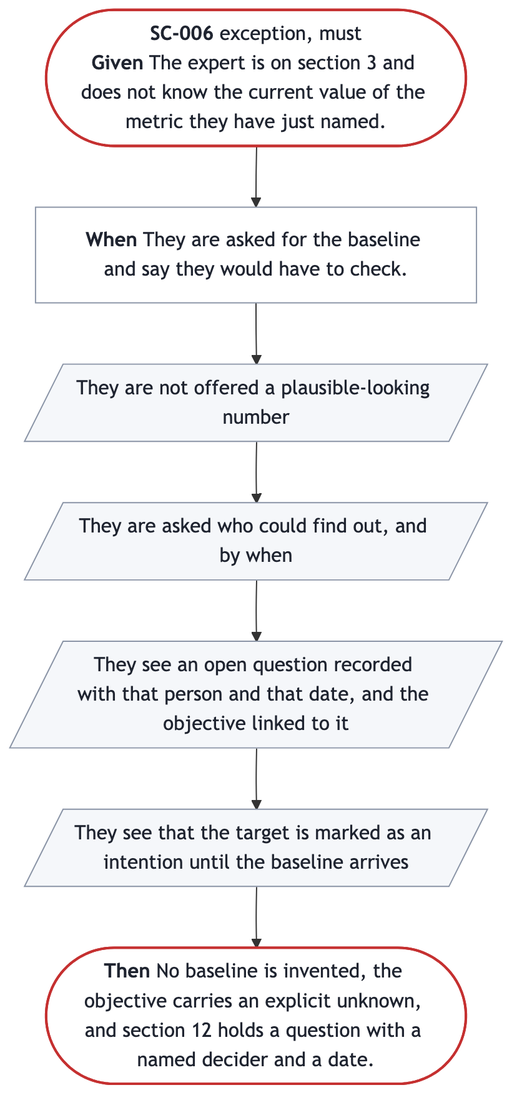
The Mermaid diagram docs/prd/prd-forge/diagrams/SC-006.png in SpillwaveSolutions/prd-forge, before a commit. Its source is kept beside it as docs/prd/prd-forge/diagrams/SC-006.mmd.
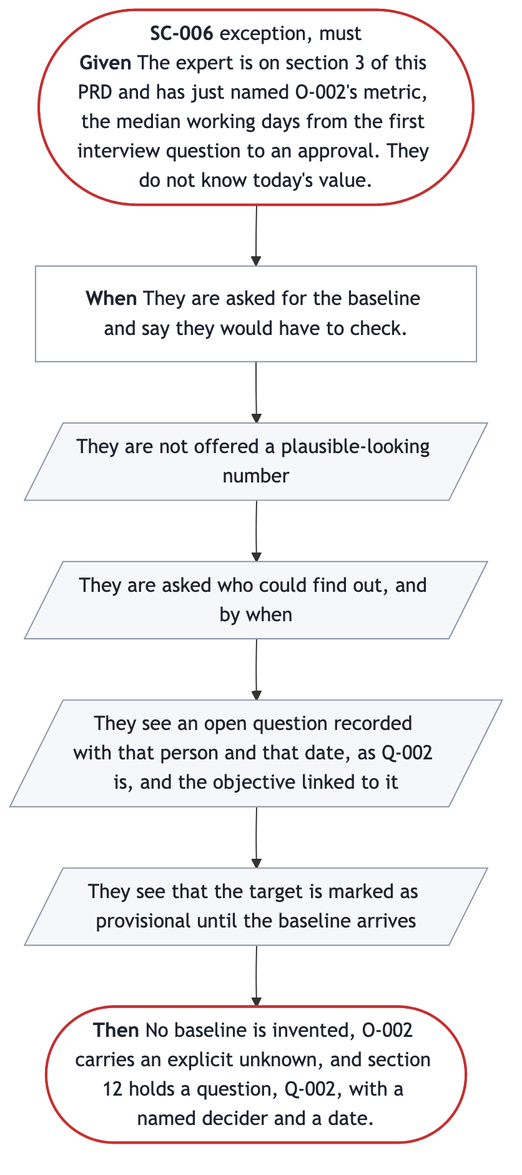
The same diagram one commit later.

What changed in the source:
```diff
@@ -1,12 +1,12 @@
 %%{init: {"flowchart": {"wrappingWidth": 300}}}%%
 flowchart TB
-  start(["<b>SC-006</b> exception, must<br/><b>Given</b> The expert is on section 3 and does not know the current value of the metric they have just named."])
+  start(["<b>SC-006</b> exception, must<br/><b>Given</b> The expert is on section 3 of this PRD and has just named O-002's metric, the median working days from the first interview question to an approval. They do not know today's value."])
   trigger["<b>When</b> They are asked for the baseline and say they would have to check."]
   s0[/"They are not offered a plausible-looking number"/]
   s1[/"They are asked who could find out, and by when"/]
-  s2[/"They see an open question recorded with that person and that date, and the objective linked to it"/]
-  s3[/"They see that the target is marked as an intention until the baseline arrives"/]
-  done(["<b>Then</b> No baseline is invented, the objective carries an explicit unknown, and section 12 holds a question with a named decider and a date."])
+  s2[/"They see an open question recorded with that person and that date, as Q-002 is, and the objective linked to it"/]
+  s3[/"They see that the target is marked as provisional until the baseline arrives"/]
+  done(["<b>Then</b> No baseline is invented, O-002 carries an explicit unknown, and section 12 holds a question, Q-002, with a named decider and a date."])
   start --> trigger --> s0 --> s1 --> s2 --> s3 --> done
   classDef ends fill:#FFFFFF,stroke:#C53030,stroke-width:2px,color:#1F2430
   classDef sees fill:#F5F7FA,stroke:#8A94A6,color:#1F2430
```
